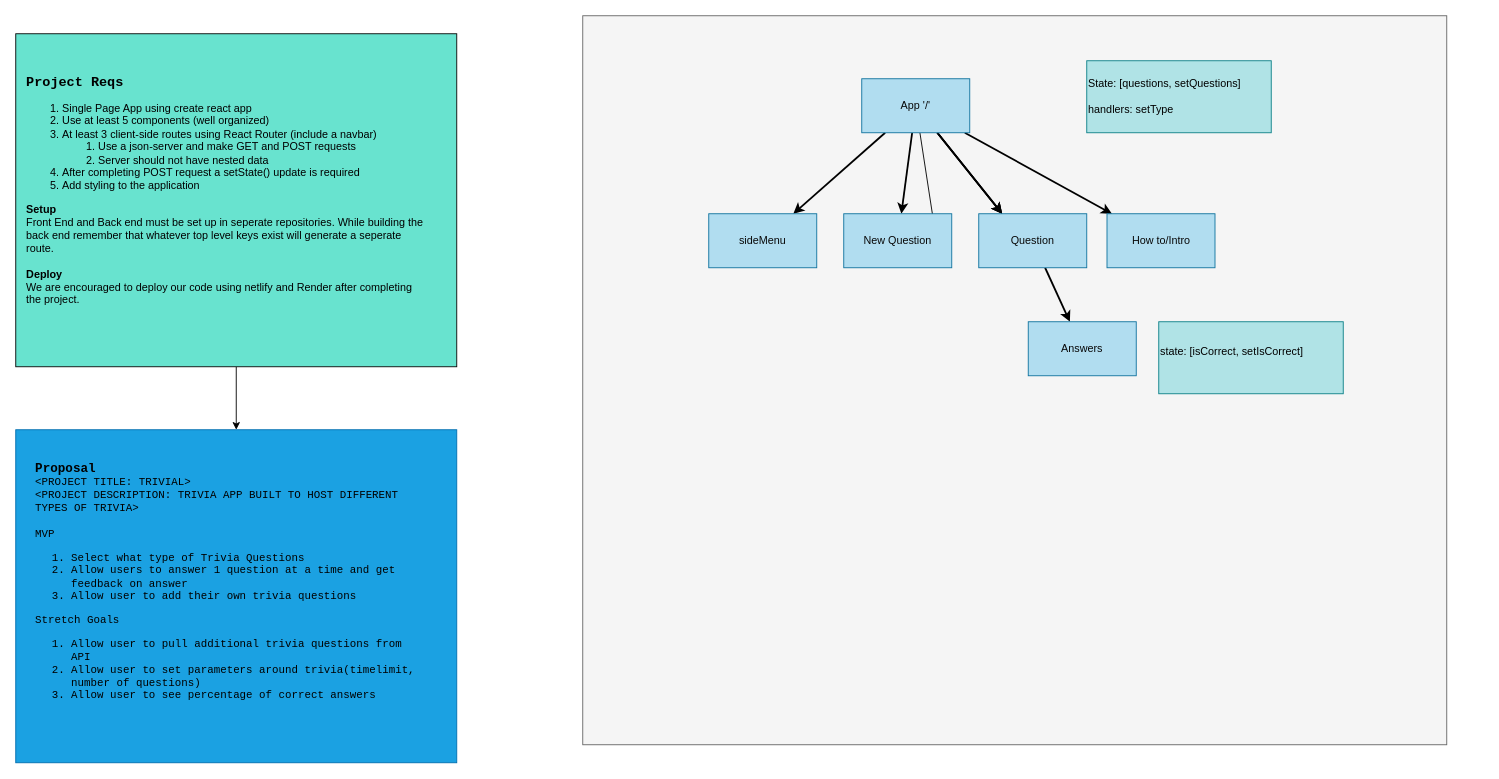
Before: Trivial.drawio in christian-gerard/phase-2-group-4, a draw.io diagram. Source tidied: cells renumbered, new cells numbered last; positions are measured from the earlier drawing's top-left corner, leaving out a move shared by most shapes. Both pictures are drawn from the tidied source at 90%, with x=0, y=0 at pixel (15, 15).
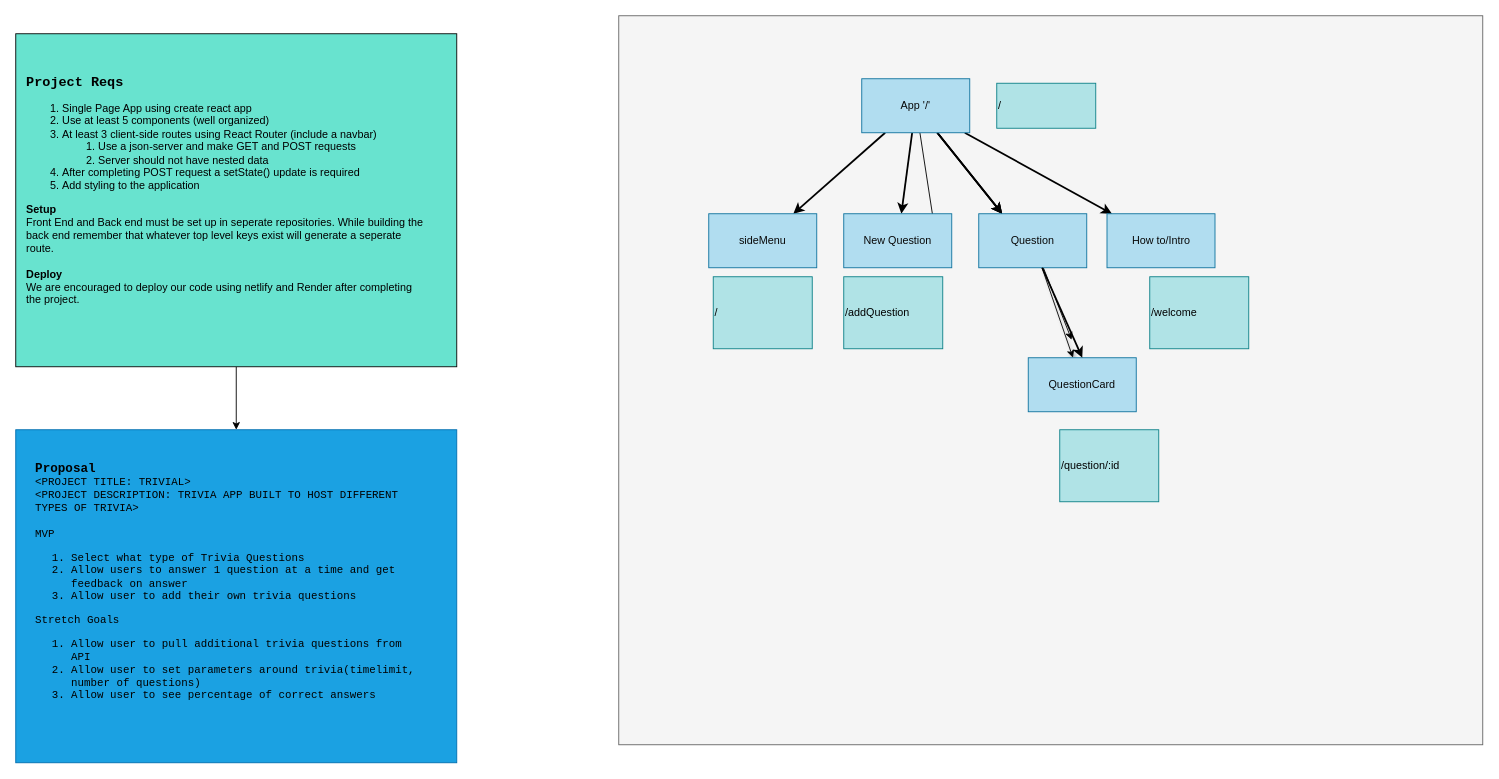
The same page after the edit.

The change refers to these unchanged cells:
```xml
<mxCell id="17" value="&lt;font color=&quot;#080808&quot;&gt;Question&lt;/font&gt;" style="whiteSpace=wrap;html=1;fillColor=#b1ddf0;strokeColor=#10739e;" parent="1" vertex="1">
  <mxGeometry x="1070" y="220" width="120" height="60" as="geometry" />
</mxCell>
```

Change to the diagram source:
```diff
@@
     <mxCell id="7" style="whiteSpace=wrap;html=1;fillColor=#f5f5f5;fontColor=#333333;strokeColor=#666666;" parent="1" vertex="1">
-      <mxGeometry x="630" width="960" height="810" as="geometry" />
+      <mxGeometry x="670" width="960" height="810" as="geometry" />
     </mxCell>
@@
-    <mxCell id="16" style="edgeStyle=none;jumpSize=2;html=1;strokeColor=#000000;strokeWidth=2;fontColor=#080808;" parent="1" edge="1" source="17" target="18">
-      <mxGeometry relative="1" as="geometry" />
-    </mxCell>
+    <mxCell id="24" style="edgeStyle=none;html=1;" parent="1" edge="1" source="17">
+      <mxGeometry relative="1" as="geometry">
+        <mxPoint x="1173.2" y="360" as="targetPoint" />
+      </mxGeometry>
+    </mxCell>
+    <mxCell id="25" style="edgeStyle=none;html=1;shadow=1;" parent="1" edge="1" source="17" target="27">
+      <mxGeometry relative="1" as="geometry" />
+    </mxCell>
@@
-    <mxCell id="18" value="&lt;font color=&quot;#080808&quot;&gt;Answers&lt;/font&gt;" style="whiteSpace=wrap;html=1;fillColor=#b1ddf0;strokeColor=#10739e;" parent="1" vertex="1">
-      <mxGeometry x="1125" y="340" width="120" height="60" as="geometry" />
-    </mxCell>
-    <mxCell id="19" value="&lt;font style=&quot;font-size: 12px;&quot; color=&quot;#000000&quot;&gt;State: [questions, setQuestions]&lt;br&gt;&lt;br&gt;handlers: setType&lt;br&gt;&lt;/font&gt;" style="whiteSpace=wrap;html=1;fillColor=#b0e3e6;strokeColor=#0e8088;align=left;" parent="1" vertex="1">
-      <mxGeometry x="1190" y="50" width="205" height="80" as="geometry" />
-    </mxCell>
-    <mxCell id="20" value="&lt;font style=&quot;font-size: 12px;&quot; color=&quot;#000000&quot;&gt;state: [isCorrect, setIsCorrect]&lt;br&gt;&lt;br&gt;&lt;/font&gt;" style="whiteSpace=wrap;html=1;fillColor=#b0e3e6;strokeColor=#0e8088;align=left;" parent="1" vertex="1">
-      <mxGeometry x="1270" y="340" width="205" height="80" as="geometry" />
-    </mxCell>
@@
+    <mxCell id="26" value="&lt;font style=&quot;font-size: 12px;&quot; color=&quot;#000000&quot;&gt;/question/:id&lt;br&gt;&lt;/font&gt;" style="whiteSpace=wrap;html=1;fillColor=#b0e3e6;strokeColor=#0e8088;align=left;" parent="1" vertex="1">
+      <mxGeometry x="1160" y="460" width="110" height="80" as="geometry" />
+    </mxCell>
+    <mxCell id="27" value="&lt;font color=&quot;#080808&quot;&gt;QuestionCard&lt;/font&gt;" style="whiteSpace=wrap;html=1;fillColor=#b1ddf0;strokeColor=#10739e;" parent="1" vertex="1">
+      <mxGeometry x="1125" y="380" width="120" height="60" as="geometry" />
+    </mxCell>
+    <mxCell id="28" style="edgeStyle=none;jumpSize=2;html=1;strokeColor=#000000;strokeWidth=2;fontColor=#080808;entryX=0.5;entryY=0;entryDx=0;entryDy=0;" parent="1" edge="1" target="27">
+      <mxGeometry relative="1" as="geometry">
+        <mxPoint x="1140.5" y="280" as="sourcePoint" />
+      </mxGeometry>
+    </mxCell>
+    <mxCell id="29" value="&lt;font style=&quot;font-size: 12px;&quot; color=&quot;#000000&quot;&gt;/addQuestion&lt;br&gt;&lt;/font&gt;" style="whiteSpace=wrap;html=1;fillColor=#b0e3e6;strokeColor=#0e8088;align=left;" parent="1" vertex="1">
+      <mxGeometry x="920" y="290" width="110" height="80" as="geometry" />
+    </mxCell>
+    <mxCell id="30" value="&lt;font style=&quot;font-size: 12px;&quot; color=&quot;#000000&quot;&gt;/welcome&lt;br&gt;&lt;/font&gt;" style="whiteSpace=wrap;html=1;fillColor=#b0e3e6;strokeColor=#0e8088;align=left;" parent="1" vertex="1">
+      <mxGeometry x="1260" y="290" width="110" height="80" as="geometry" />
+    </mxCell>
+    <mxCell id="31" value="&lt;font style=&quot;font-size: 12px;&quot; color=&quot;#000000&quot;&gt;/&lt;br&gt;&lt;/font&gt;" style="whiteSpace=wrap;html=1;fillColor=#b0e3e6;strokeColor=#0e8088;align=left;" parent="1" vertex="1">
+      <mxGeometry x="775" y="290" width="110" height="80" as="geometry" />
+    </mxCell>
+    <mxCell id="32" value="&lt;font style=&quot;font-size: 12px;&quot; color=&quot;#000000&quot;&gt;/&lt;br&gt;&lt;/font&gt;" style="whiteSpace=wrap;html=1;fillColor=#b0e3e6;strokeColor=#0e8088;align=left;" parent="1" vertex="1">
+      <mxGeometry x="1090" y="75" width="110" height="50" as="geometry" />
+    </mxCell>
```
